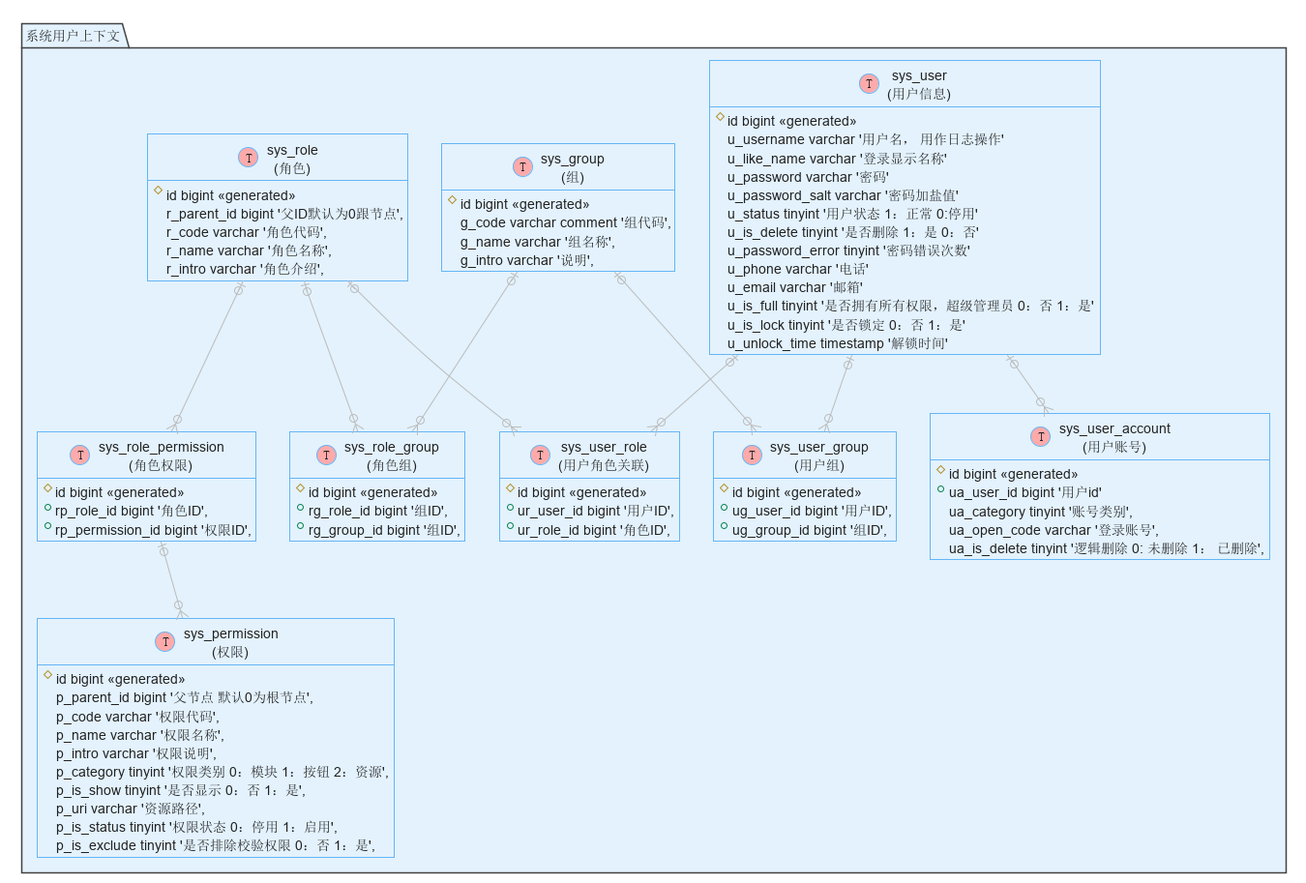
The PlantUML diagram _doc/base/images/sys.png in yousuf-zhang/platform, before a commit. Source of this version:
```plantuml
@startuml



































skinparam wrapWidth 200
skinparam maxMessageSize 150
skinparam ComponentStyle uml2
skinparam Shadowing false

skinparam Default {
    FontName "'Input Mono','Microsoft YaHei Mono',Menlo, Monaco, 'Courier New', monospace"
    FontColor #222222
    FontSize  14
    FontStyle plain
    Shadowing false
    TextAlignment center
    BackgroundColor #E3F2FD
    BorderColor #424242
}

skinparam Note {
    BackgroundColor #90A4AE
    BorderColor #90A4AE
    BorderThickness 1
    FontColor White
    Shadowing false
    TextAlignment left
}

skinparam Note<<quit>> {

    BackgroundColor #F9A825
    BorderColor #F9A825
}

skinparam Sequence {
    ActorBorderThickness 1
    LifeLineBorderColor GREEN
    ParticipantBorderThickness 0
    Shadowing false


    GroupBorderThickness 1
    GroupBorderColor #1565C0
    GroupBackgroundColor #BBDEFB
}

skinparam Activity {

    StartColor #37A77C
    EndColor #F6363F
    AttributeFontColor white
    AttributeFontSize  15
    AttributeFontname  Droid Sans Mono

    BackgroundColor #BBDEFB
    BorderColor #90CAF9
    BorderThickness 1

    ArrowThickness 1


    BarColor   #0D47A1


    DiamondBackgroundColor   #FFE0B2
    DiamondBorderColor    #FFCC80


}

skinparam Class {
    BackgroundColor #E3F2FD
    BorderColor #64B5F6
    BorderThickness 1


    StereotypeFontColor #589DF6
    StereotypeFontSize 14
}



skinparam Interface {
    BackgroundColor #E3F2FD
    BorderColor #424242
    FontSize 14


    StereotypeFontColor #589DF6
    StereotypeFontSize 1
}



skinparam Participant {
    BackgroundColor #1565C0
    BorderColor #1565C0
    FontColor White
    Shadowing false
}

skinparam Actor {
    BackgroundColor #1565C0
    BorderColor #1565C0
    Shadowing false
}

skinparam UseCase {
    BackgroundColor #64B5F6
    BorderColor #64B5F6
    Shadowing false
    ArrowThickness 1
    ArrowColor #1565C0

    ActorBackgroundColor #1565C0
    ActorBorderColor #0D47A1
    ActorShadowing false

}


skinparam State {
    FontSize           17

    AttributeFontSize  14

    BackgroundColor    #BBDEFB
    BorderColor        #90CAF9
    StartColor #37A77C
    EndColor #F6363F
}

skinparam Partition {
    BorderColor #424242
    BorderStyle dashed

    BorderThickness 1
}

skinparam rectangle {
    StereotypeFontSize 12
    shadowing false
}

skinparam database {
    StereotypeFontSize 12
    shadowing false
}

skinparam Queue {
    BackgroundColor #E3F2FD
    BorderColor #424242
}
skinparam Agent {
    BackgroundColor #E3F2FD
    BorderColor #424242
}
skinparam Artifact {
    BackgroundColor #E3F2FD
    BorderColor #424242
}

skinparam Boundary {
    BackgroundColor #E3F2FD
    BorderColor #424242
}
skinparam Card {
    BackgroundColor #E3F2FD
    BorderColor #424242
}

skinparam Cloud {
    BackgroundColor #E3F2FD
    BorderColor #424242
}

skinparam Component {
    BackgroundColor #E3F2FD
    BorderColor #424242
}
skinparam Control {
    BackgroundColor #E3F2FD
    BorderColor #424242
}
skinparam Database {
    BackgroundColor #E3F2FD
    BorderColor #424242
}

skinparam Entity {
    BackgroundColor #E3F2FD
    BorderColor #424242
}
skinparam File {
    BackgroundColor #E3F2FD
    BorderColor #424242
}
skinparam Folder {
    BackgroundColor #E3F2FD
    BorderColor #424242

}
skinparam Frame {
    BackgroundColor #E3F2FD
    BorderColor #424242
}
skinparam Node {
    BackgroundColor #E3F2FD
    BorderColor #424242
}


skinparam Package {
    BackgroundColor #E3F2FD
    BorderColor #424242
}
skinparam Stack {
    BackgroundColor #E3F2FD
    BorderColor #424242
}

skinparam Rectangle {
    BackgroundColor #E3F2FD
    BorderColor #424242
}

skinparam Storage {
    BackgroundColor #E3F2FD
    BorderColor #424242
}

skinparam rectangle<<usercase>> {
    Shadowing false
    StereotypeFontSize 0
    FontColor #424242
    BorderColor #424242
    BorderStyle dashed
    BackgroundColor White
}












skinparam wrapWidth 5000
skinparam ArrowColor #BBBBBB
hide methods
hide stereotypes
package "系统用户上下文" {
class sys_user as "sys_user\n(用户信息)" << (T,#FFAAAA) >> {
   # id bigint <<generated>>
   u_username varchar '用户名， 用作日志操作'
   u_like_name varchar '登录显示名称'
   u_password varchar '密码'
   u_password_salt varchar '密码加盐值'
   u_status tinyint '用户状态 1：正常 0:停用'
   u_is_delete tinyint '是否删除 1：是 0：否'
   u_password_error tinyint '密码错误次数'
   u_phone varchar '电话'
   u_email varchar '邮箱'
   u_is_full tinyint '是否拥有所有权限，超级管理员 0：否 1：是'
   u_is_lock tinyint '是否锁定 0：否 1：是'
   u_unlock_time timestamp '解锁时间'
}

class sys_user_account as "sys_user_account\n(用户账号)" << (T,#FFAAAA) >> {
    # id bigint <<generated>>
    + ua_user_id bigint '用户id'
    ua_category tinyint '账号类别',
    ua_open_code varchar '登录账号',
    ua_is_delete tinyint '逻辑删除 0: 未删除 1： 已删除',
}

class sys_group as "sys_group\n(组)" << (T,#FFAAAA) >> {
    # id bigint <<generated>>
    g_code varchar comment '组代码',
    g_name varchar '组名称',
    g_intro varchar '说明',
}

class sys_role as "sys_role\n(角色)" << (T,#FFAAAA) >> {
    # id bigint <<generated>>
    r_parent_id bigint '父ID默认为0跟节点',
    r_code varchar '角色代码',
    r_name varchar '角色名称',
    r_intro varchar '角色介绍',
}

class sys_permission as "sys_permission\n(权限)" << (T,#FFAAAA) >> {
    # id bigint <<generated>>
    p_parent_id bigint '父节点 默认0为根节点',
    p_code varchar '权限代码',
    p_name varchar '权限名称',
    p_intro varchar '权限说明',
    p_category tinyint '权限类别 0：模块 1：按钮 2：资源',
    p_is_show tinyint '是否显示 0：否 1：是',
    p_uri varchar '资源路径',
    p_is_status tinyint '权限状态 0：停用 1：启用',
    p_is_exclude tinyint '是否排除校验权限 0：否 1：是',
}

class sys_user_group as "sys_user_group\n(用户组)" << (T,#FFAAAA) >> {
    # id bigint <<generated>>
    + ug_user_id bigint '用户ID',
    + ug_group_id bigint '组ID',
}

class sys_role_group as "sys_role_group\n(角色组)" << (T,#FFAAAA) >> {
    # id bigint <<generated>>
    + rg_role_id bigint '组ID',
    + rg_group_id bigint '组ID',
}

class sys_user_role as "sys_user_role\n(用户角色关联)" << (T,#FFAAAA) >> {
    # id bigint <<generated>>
    + ur_user_id bigint '用户ID',
    + ur_role_id bigint '角色ID',
}

class sys_role_permission as "sys_role_permission\n(角色权限)" << (T,#FFAAAA) >> {
    # id bigint <<generated>>
    + rp_role_id bigint '角色ID',
    + rp_permission_id bigint '权限ID',
}

sys_user |o--o{ sys_user_account
sys_user |o--o{ sys_user_group
sys_user |o--o{ sys_user_role
sys_role |o--o{ sys_user_role
sys_role |o--o{ sys_role_permission
sys_role_permission |o--o{ sys_permission
sys_group |o--o{ sys_user_group
sys_role |o--o{ sys_role_group
sys_group |o--o{ sys_role_group
}

@enduml
```
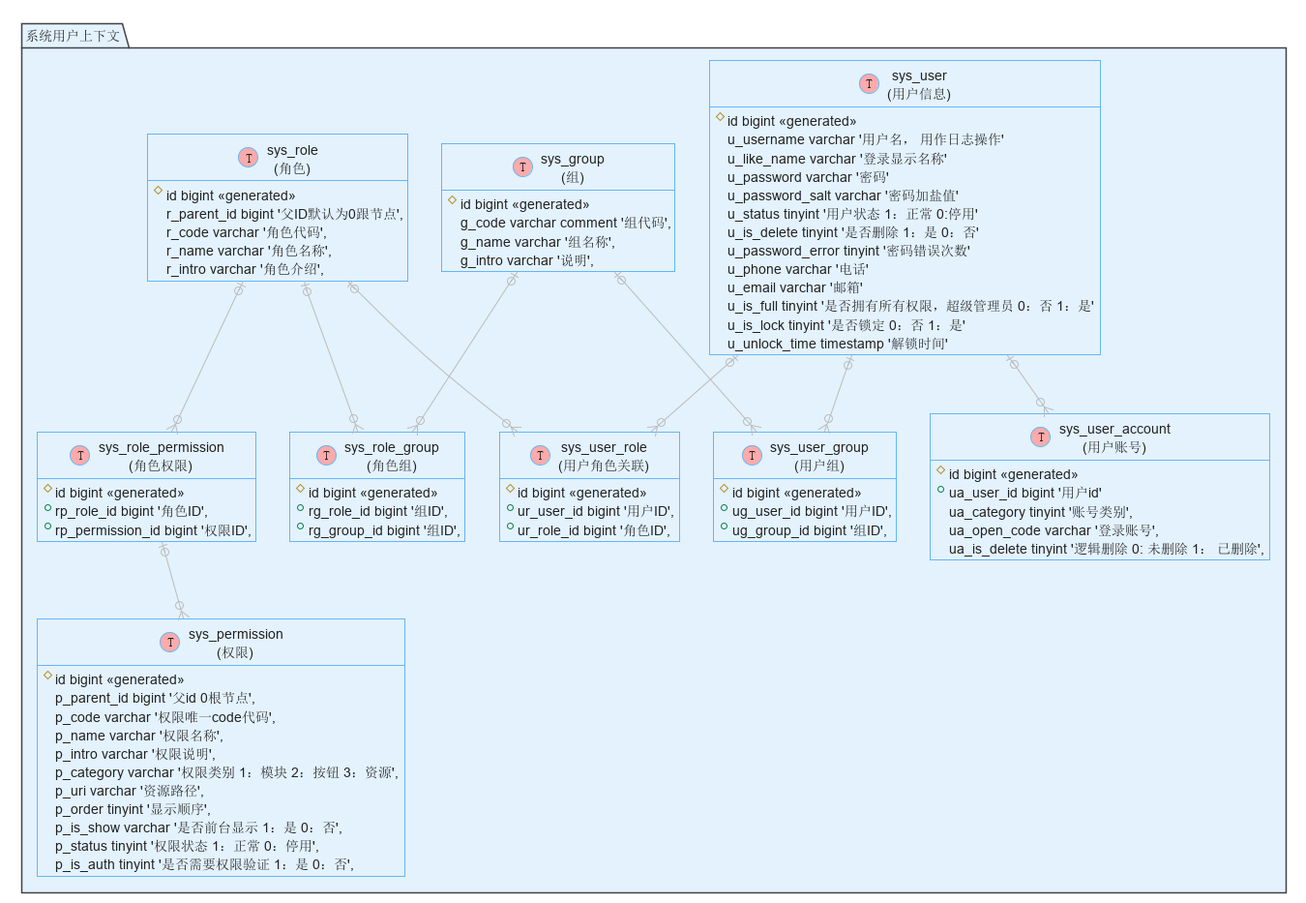
Later version of the same file.

What changed in the source:
```diff
@@ -328,15 +328,16 @@
 
 class sys_permission as "sys_permission\n(权限)" << (T,#FFAAAA) >> {
     # id bigint <<generated>>
-    p_parent_id bigint '父节点 默认0为根节点',
-    p_code varchar '权限代码',
+    p_parent_id bigint '父id 0根节点',
+    p_code varchar '权限唯一code代码',
     p_name varchar '权限名称',
     p_intro varchar '权限说明',
-    p_category tinyint '权限类别 0：模块 1：按钮 2：资源',
-    p_is_show tinyint '是否显示 0：否 1：是',
+    p_category varchar '权限类别 1：模块 2：按钮 3：资源',
     p_uri varchar '资源路径',
-    p_is_status tinyint '权限状态 0：停用 1：启用',
-    p_is_exclude tinyint '是否排除校验权限 0：否 1：是',
+    p_order tinyint '显示顺序',
+    p_is_show varchar '是否前台显示 1：是 0：否',
+    p_status tinyint '权限状态 1：正常 0：停用',
+    p_is_auth tinyint '是否需要权限验证 1：是 0：否',
 }
 
 class sys_user_group as "sys_user_group\n(用户组)" << (T,#FFAAAA) >> {
```
